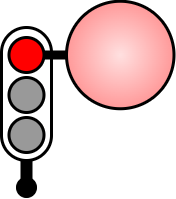
Above: assets/images/trafficlight-red-countdown.drawio.png in priobike/priobike-flutter-app (draw.io), before the change. Source tidied: cells renumbered, new cells last; positions are measured from the earlier drawing's top-left corner, leaving out a move shared by most shapes.
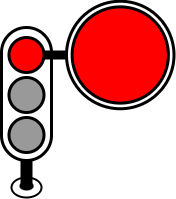
After the commit.

The edit, as a diff of the source:
```diff
@@ -14,19 +14,25 @@
     <mxCell id="5" style="ellipse;whiteSpace=wrap;html=1;fillColor=#999999;fontColor=#333333;strokeColor=#000000;strokeWidth=3;shadow=0;" parent="1" vertex="1">
       <mxGeometry x="7.5" y="116" width="35" height="35" as="geometry" />
     </mxCell>
-    <mxCell id="6" style="endArrow=none;html=1;rounded=0;exitX=0.5;exitY=1;exitDx=0;exitDy=0;strokeWidth=12;" parent="1" edge="1" source="2">
-      <mxGeometry relative="1" as="geometry">
-        <mxPoint x="25" y="186" as="targetPoint" />
-      </mxGeometry>
-    </mxCell>
-    <mxCell id="7" style="ellipse;whiteSpace=wrap;html=1;fillColor=#000000;" parent="1" vertex="1">
-      <mxGeometry x="15" y="176" width="20" height="20" as="geometry" />
-    </mxCell>
-    <mxCell id="8" style="ellipse;whiteSpace=wrap;html=1;shadow=0;fillColor=#FFE0E0;gradientColor=#FF9999;gradientDirection=radial;strokeWidth=3;" parent="1" vertex="1">
+    <mxCell id="8" style="ellipse;whiteSpace=wrap;html=1;shadow=0;gradientDirection=radial;strokeWidth=3;" parent="1" vertex="1">
       <mxGeometry x="65" y="-0.2" width="107.5" height="107.5" as="geometry" />
     </mxCell>
     <mxCell id="9" style="endArrow=none;html=1;rounded=0;strokeWidth=9;" parent="1" edge="1" source="3" target="8">
       <mxGeometry relative="1" as="geometry" />
     </mxCell>
+    <mxCell id="10" style="ellipse;whiteSpace=wrap;html=1;shadow=0;fillColor=#FF0000;gradientColor=none;gradientDirection=radial;strokeWidth=3;" parent="1" vertex="1">
+      <mxGeometry x="70.6" y="5.4" width="96.2" height="96.2" as="geometry" />
+    </mxCell>
+    <mxCell id="11" style="ellipse;whiteSpace=wrap;html=1;strokeWidth=2;" parent="1" vertex="1">
+      <mxGeometry x="10" y="176" width="30" height="20" as="geometry" />
+    </mxCell>
+    <mxCell id="12" style="ellipse;whiteSpace=wrap;html=1;strokeWidth=3;strokeColor=none;fillColor=#000000;" parent="1" vertex="1">
+      <mxGeometry x="18" y="180" width="14.1" height="9" as="geometry" />
+    </mxCell>
+    <mxCell id="6" style="endArrow=none;html=1;rounded=0;exitX=0.5;exitY=1;exitDx=0;exitDy=0;strokeWidth=12;" parent="1" edge="1" source="2">
+      <mxGeometry relative="1" as="geometry">
+        <mxPoint x="25" y="186" as="targetPoint" />
+      </mxGeometry>
+    </mxCell>
   </root>
 </mxGraphModel>
```
